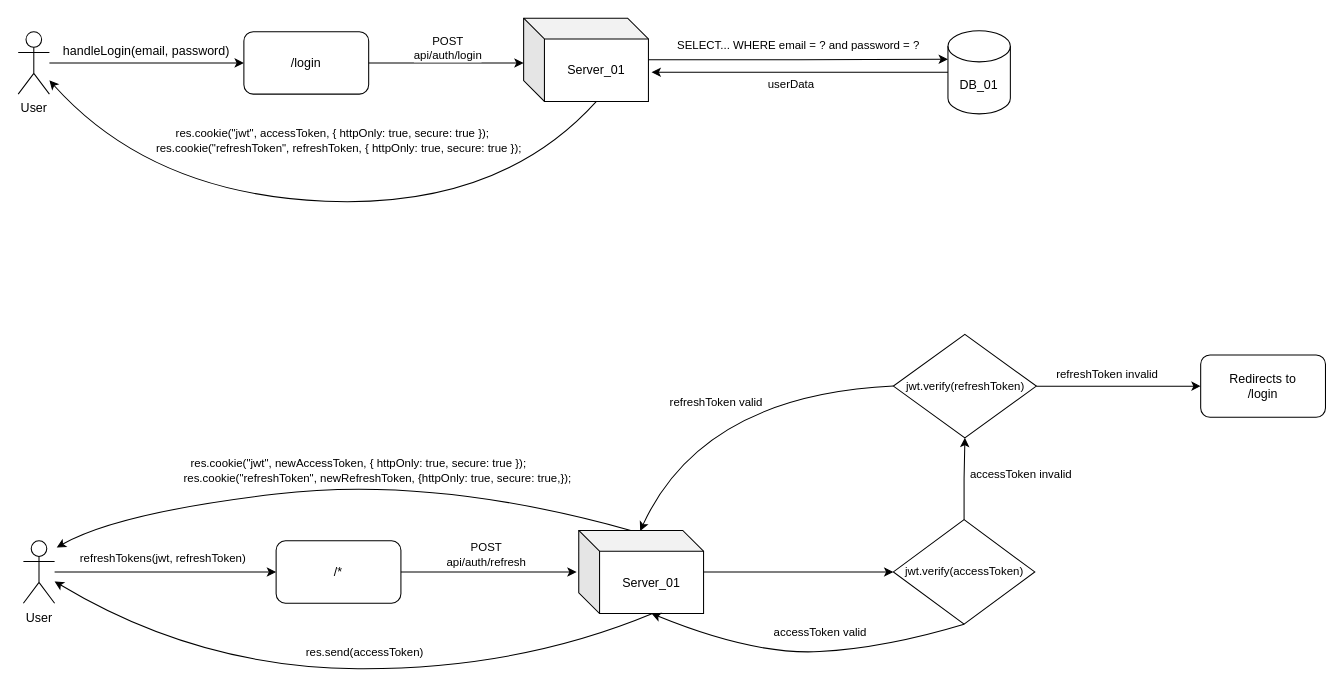
This is Refresh token flow.drawio from MDKHSecurity/uml, a draw.io file, before an edit. Source tidied: cells renumbered, new cells numbered last; positions are measured from the earlier drawing's top-left corner, leaving out a move shared by most shapes. Both pictures are drawn from the tidied source at 104%, with x=0, y=0 at pixel (18, 18).
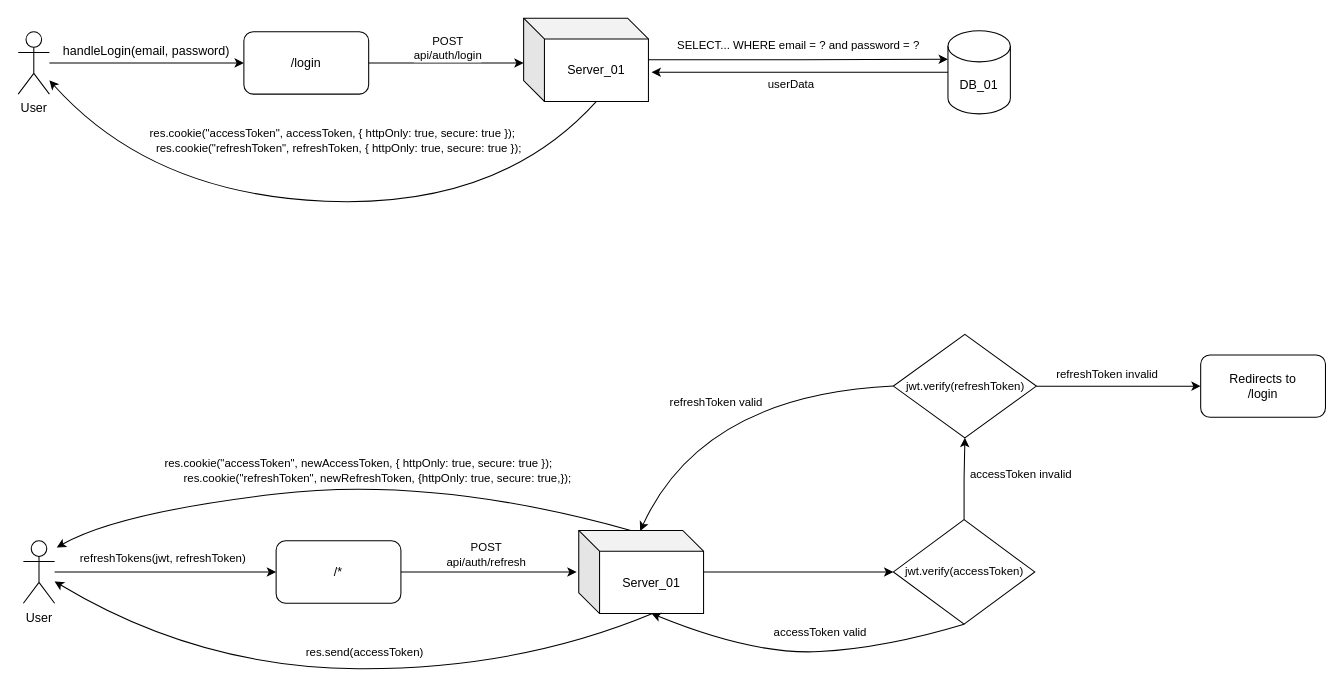
Above is the later version.

Unchanged cells that the change refers to:
```xml
<mxCell id="14" style="curved=1;endArrow=classic;html=1;rounded=0;exitX=0;exitY=0;exitDx=70;exitDy=80;exitPerimeter=0;" parent="1" edge="1" source="6" target="3">
  <mxGeometry relative="1" as="geometry">
    <Array as="points">
      <mxPoint x="463" y="183" />
      <mxPoint x="128" y="169" />
    </Array>
  </mxGeometry>
</mxCell>
<mxCell id="36" style="curved=1;endArrow=classic;html=1;rounded=0;exitX=0;exitY=0;exitDx=50;exitDy=0;exitPerimeter=0;" parent="1" edge="1" source="21">
  <mxGeometry relative="1" as="geometry">
    <mxPoint x="37" y="509" as="targetPoint" />
    <Array as="points">
      <mxPoint x="400" y="439.5" />
      <mxPoint x="96" y="475.5" />
    </Array>
  </mxGeometry>
</mxCell>
```

Diff of the diagram source:
```diff
@@
-    <mxCell id="15" value="&lt;div&gt;res.cookie(&quot;jwt&quot;, accessToken, { httpOnly: true, secure: true });&lt;/div&gt;&lt;div&gt;&amp;nbsp; &amp;nbsp; res.cookie(&quot;refreshToken&quot;, refreshToken, { httpOnly: true, secure: true });&lt;/div&gt;" style="edgeLabel;html=1;align=center;verticalAlign=middle;" parent="14" vertex="1">
+    <mxCell id="15" value="&lt;div&gt;res.cookie(&quot;accessToken&quot;, accessToken, { httpOnly: true, secure: true });&lt;/div&gt;&lt;div&gt;&amp;nbsp; &amp;nbsp; res.cookie(&quot;refreshToken&quot;, refreshToken, { httpOnly: true, secure: true });&lt;/div&gt;" style="edgeLabel;html=1;align=center;verticalAlign=middle;" parent="14" vertex="1">
       <mxGeometry x="-0.1" y="-2" relative="1" as="geometry">
         <mxPoint x="-21" y="-58" as="offset" />
       </mxGeometry>
     </mxCell>
@@
-    <mxCell id="37" value="&lt;div&gt;res.cookie(&quot;jwt&quot;, newAccessToken, { httpOnly: true, secure: true });&lt;/div&gt;&lt;div&gt;&amp;nbsp; &amp;nbsp; &amp;nbsp; &amp;nbsp; &amp;nbsp; &amp;nbsp; res.cookie(&quot;refreshToken&quot;, newRefreshToken, {httpOnly: true, secure: true,});&lt;/div&gt;" style="edgeLabel;html=1;align=center;verticalAlign=middle;" parent="36" vertex="1">
+    <mxCell id="37" value="&lt;div&gt;res.cookie(&quot;accessToken&quot;, newAccessToken, { httpOnly: true, secure: true });&lt;/div&gt;&lt;div&gt;&amp;nbsp; &amp;nbsp; &amp;nbsp; &amp;nbsp; &amp;nbsp; &amp;nbsp; res.cookie(&quot;refreshToken&quot;, newRefreshToken, {httpOnly: true, secure: true,});&lt;/div&gt;" style="edgeLabel;html=1;align=center;verticalAlign=middle;" parent="36" vertex="1">
       <mxGeometry x="-0.05" y="3" relative="1" as="geometry">
         <mxPoint y="-17" as="offset" />
       </mxGeometry>
     </mxCell>
```
